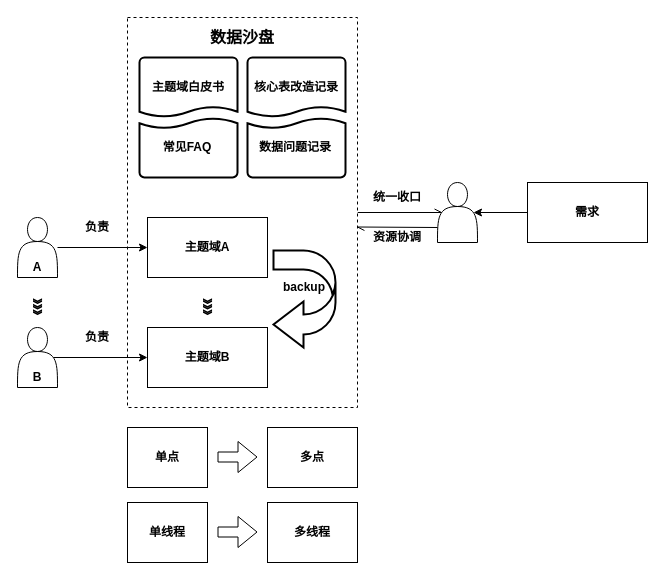
Above: mt分工.drawio in mineminemine123/work-wiki (draw.io), before the change. Source tidied: cells renumbered, new cells numbered last; positions are measured from the earlier drawing's top-left corner, leaving out a move shared by most shapes. Both pictures are drawn from the tidied source at 100%, with x=0, y=0 at pixel (17, 17).
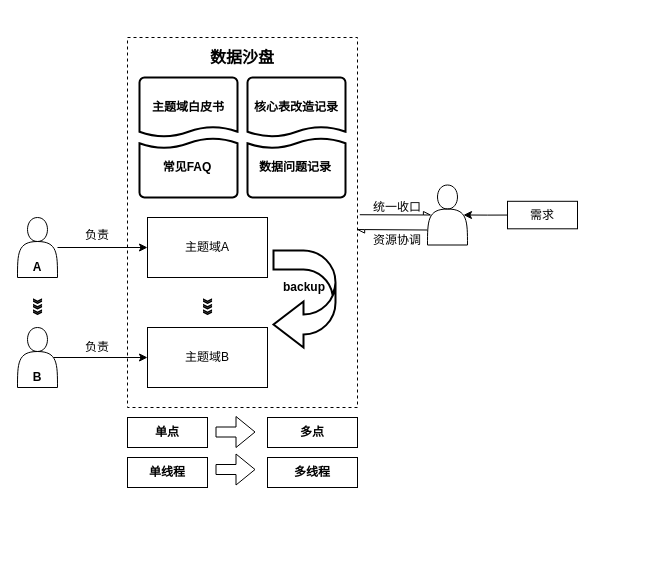
The same page after the edit.

Diff of the diagram source:
```diff
@@
-    <mxCell id="2" style="edgeStyle=orthogonalEdgeStyle;rounded=0;jettySize=auto;html=1;exitX=1;exitY=0.5;exitDx=0;exitDy=0;entryX=0.1;entryY=0.5;entryDx=0;entryDy=0;entryPerimeter=0;endArrow=openAsync;endFill=0;fontStyle=1;" parent="1" edge="1" source="3" target="21">
-      <mxGeometry relative="1" as="geometry" />
-    </mxCell>
-    <mxCell id="3" style="rounded=0;whiteSpace=wrap;html=1;dashed=1;fontStyle=1;" parent="1" vertex="1">
-      <mxGeometry x="110" width="230" height="390" as="geometry" />
+    <mxCell id="3" style="rounded=0;whiteSpace=wrap;html=1;dashed=1;fontStyle=1;fontFamily=微软雅黑;" parent="1" vertex="1">
+      <mxGeometry x="110" y="20" width="230" height="370" as="geometry" />
     </mxCell>
-    <mxCell id="4" value="主题域A" style="rounded=0;whiteSpace=wrap;html=1;fontStyle=1;" parent="1" vertex="1">
+    <mxCell id="4" value="&lt;span style=&quot;font-weight: normal;&quot;&gt;主题域A&lt;/span&gt;" style="rounded=0;whiteSpace=wrap;html=1;fontStyle=1;fontFamily=微软雅黑;" parent="1" vertex="1">
       <mxGeometry x="130" y="200" width="120" height="60" as="geometry" />
     </mxCell>
-    <mxCell id="5" style="edgeStyle=orthogonalEdgeStyle;rounded=0;jettySize=auto;html=1;exitX=0;exitY=0.5;exitDx=0;exitDy=0;entryX=0.9;entryY=0.5;entryDx=0;entryDy=0;entryPerimeter=0;fontSize=16;fontStyle=1;" parent="1" edge="1" source="6" target="21">
+    <mxCell id="5" style="edgeStyle=orthogonalEdgeStyle;rounded=0;jettySize=auto;html=1;exitX=0;exitY=0.5;exitDx=0;exitDy=0;entryX=0.9;entryY=0.5;entryDx=0;entryDy=0;entryPerimeter=0;" parent="1" edge="1" source="6" target="21">
       <mxGeometry relative="1" as="geometry" />
     </mxCell>
-    <mxCell id="6" value="需求" style="rounded=0;whiteSpace=wrap;html=1;fontStyle=1;" parent="1" vertex="1">
-      <mxGeometry x="510" y="165" width="120" height="60" as="geometry" />
+    <mxCell id="6" value="&lt;span style=&quot;font-weight: normal;&quot;&gt;需求&lt;/span&gt;" style="rounded=0;whiteSpace=wrap;html=1;fontStyle=1;fontFamily=微软雅黑;" parent="1" vertex="1">
+      <mxGeometry x="490" y="183.8" width="70" height="27.5" as="geometry" />
     </mxCell>
-    <mxCell id="7" style="edgeStyle=orthogonalEdgeStyle;rounded=0;jettySize=auto;html=1;fontStyle=1;" parent="1" edge="1" source="8" target="4">
+    <mxCell id="7" style="edgeStyle=orthogonalEdgeStyle;rounded=0;jettySize=auto;html=1;fontStyle=1;fontFamily=微软雅黑;" parent="1" edge="1" source="8" target="4">
       <mxGeometry relative="1" as="geometry" />
     </mxCell>
-    <mxCell id="8" style="shape=actor;whiteSpace=wrap;html=1;fontStyle=1;" parent="1" vertex="1">
+    <mxCell id="8" style="shape=actor;whiteSpace=wrap;html=1;fontStyle=1;fontFamily=微软雅黑;" parent="1" vertex="1">
       <mxGeometry y="200" width="40" height="60" as="geometry" />
     </mxCell>
-    <mxCell id="9" style="edgeStyle=orthogonalEdgeStyle;rounded=0;jettySize=auto;html=1;exitX=0.9;exitY=0.5;exitDx=0;exitDy=0;exitPerimeter=0;fontStyle=1;" parent="1" edge="1" source="10" target="11">
+    <mxCell id="9" style="edgeStyle=orthogonalEdgeStyle;rounded=0;jettySize=auto;html=1;exitX=0.9;exitY=0.5;exitDx=0;exitDy=0;exitPerimeter=0;fontStyle=1;fontFamily=微软雅黑;" parent="1" edge="1" source="10" target="11">
       <mxGeometry relative="1" as="geometry" />
     </mxCell>
-    <mxCell id="10" style="shape=actor;whiteSpace=wrap;html=1;fontStyle=1;" parent="1" vertex="1">
+    <mxCell id="10" style="shape=actor;whiteSpace=wrap;html=1;fontStyle=1;fontFamily=微软雅黑;" parent="1" vertex="1">
       <mxGeometry y="310" width="40" height="60" as="geometry" />
     </mxCell>
-    <mxCell id="11" value="主题域B" style="rounded=0;whiteSpace=wrap;html=1;fontStyle=1;" parent="1" vertex="1">
+    <mxCell id="11" value="&lt;span style=&quot;font-weight: normal;&quot;&gt;主题域B&lt;/span&gt;" style="rounded=0;whiteSpace=wrap;html=1;fontStyle=1;fontFamily=微软雅黑;" parent="1" vertex="1">
       <mxGeometry x="130" y="310" width="120" height="60" as="geometry" />
     </mxCell>
-    <mxCell id="12" value="A" style="text;html=1;strokeColor=none;fillColor=none;align=center;verticalAlign=middle;whiteSpace=wrap;rounded=0;fontStyle=1;" parent="1" vertex="1">
+    <mxCell id="12" value="A" style="text;html=1;strokeColor=none;fillColor=none;align=center;verticalAlign=middle;whiteSpace=wrap;rounded=0;fontStyle=1;fontFamily=微软雅黑;" parent="1" vertex="1">
       <mxGeometry y="240" width="40" height="20" as="geometry" />
     </mxCell>
-    <mxCell id="13" value="B" style="text;html=1;strokeColor=none;fillColor=none;align=center;verticalAlign=middle;whiteSpace=wrap;rounded=0;fontStyle=1;" parent="1" vertex="1">
+    <mxCell id="13" value="B" style="text;html=1;strokeColor=none;fillColor=none;align=center;verticalAlign=middle;whiteSpace=wrap;rounded=0;fontStyle=1;fontFamily=微软雅黑;" parent="1" vertex="1">
       <mxGeometry y="350" width="40" height="20" as="geometry" />
     </mxCell>
-    <mxCell id="14" value="负责" style="text;html=1;strokeColor=none;fillColor=none;align=center;verticalAlign=middle;whiteSpace=wrap;rounded=0;fontStyle=1;" parent="1" vertex="1">
-      <mxGeometry x="60" y="200" width="40" height="20" as="geometry" />
+    <mxCell id="14" value="&lt;span style=&quot;font-weight: normal;&quot;&gt;负责&lt;/span&gt;" style="text;html=1;strokeColor=none;fillColor=none;align=center;verticalAlign=middle;whiteSpace=wrap;rounded=0;fontStyle=1;fontFamily=微软雅黑;" parent="1" vertex="1">
+      <mxGeometry x="60" y="207.5" width="40" height="20" as="geometry" />
     </mxCell>
-    <mxCell id="15" value="负责" style="text;html=1;strokeColor=none;fillColor=none;align=center;verticalAlign=middle;whiteSpace=wrap;rounded=0;fontStyle=1;" parent="1" vertex="1">
-      <mxGeometry x="60" y="310" width="40" height="20" as="geometry" />
+    <mxCell id="15" value="&lt;span style=&quot;font-weight: normal;&quot;&gt;负责&lt;/span&gt;" style="text;html=1;strokeColor=none;fillColor=none;align=center;verticalAlign=middle;whiteSpace=wrap;rounded=0;fontStyle=1;fontFamily=微软雅黑;" parent="1" vertex="1">
+      <mxGeometry x="60" y="320" width="40" height="20" as="geometry" />
     </mxCell>
-    <mxCell id="16" value="》》》" style="text;html=1;strokeColor=none;fillColor=none;align=center;verticalAlign=middle;whiteSpace=wrap;rounded=0;rotation=90;fontStyle=1;" parent="1" vertex="1">
+    <mxCell id="16" value="》》》" style="text;html=1;strokeColor=none;fillColor=none;align=center;verticalAlign=middle;whiteSpace=wrap;rounded=0;rotation=90;fontStyle=1;fontFamily=微软雅黑;" parent="1" vertex="1">
       <mxGeometry y="280" width="40" height="20" as="geometry" />
     </mxCell>
-    <mxCell id="17" value="》》》" style="text;html=1;strokeColor=none;fillColor=none;align=center;verticalAlign=middle;whiteSpace=wrap;rounded=0;rotation=90;fontStyle=1;" parent="1" vertex="1">
+    <mxCell id="17" value="》》》" style="text;html=1;strokeColor=none;fillColor=none;align=center;verticalAlign=middle;whiteSpace=wrap;rounded=0;rotation=90;fontStyle=1;fontFamily=微软雅黑;" parent="1" vertex="1">
       <mxGeometry x="170" y="280" width="40" height="20" as="geometry" />
     </mxCell>
-    <mxCell id="18" value="统一收口" style="text;html=1;strokeColor=none;fillColor=none;align=center;verticalAlign=middle;whiteSpace=wrap;rounded=0;fontStyle=1;" parent="1" vertex="1">
-      <mxGeometry x="350" y="170" width="60" height="20" as="geometry" />
+    <mxCell id="18" value="&lt;span style=&quot;font-weight: normal;&quot;&gt;统一收口&lt;/span&gt;" style="text;html=1;strokeColor=none;fillColor=none;align=center;verticalAlign=middle;whiteSpace=wrap;rounded=0;fontStyle=1;fontFamily=微软雅黑;" parent="1" vertex="1">
+      <mxGeometry x="350" y="180" width="60" height="20" as="geometry" />
     </mxCell>
-    <mxCell id="19" value="单点" style="rounded=0;whiteSpace=wrap;html=1;fontStyle=1;" parent="1" vertex="1">
-      <mxGeometry x="110" y="410" width="80" height="60" as="geometry" />
+    <mxCell id="19" value="单点" style="rounded=0;whiteSpace=wrap;html=1;fontStyle=1;fontFamily=微软雅黑;" parent="1" vertex="1">
+      <mxGeometry x="110" y="400" width="80" height="30" as="geometry" />
     </mxCell>
-    <mxCell id="20" value="多点" style="rounded=0;whiteSpace=wrap;html=1;fontStyle=1;" parent="1" vertex="1">
-      <mxGeometry x="250" y="410" width="90" height="60" as="geometry" />
+    <mxCell id="20" value="多点" style="rounded=0;whiteSpace=wrap;html=1;fontStyle=1;fontFamily=微软雅黑;" parent="1" vertex="1">
+      <mxGeometry x="250" y="400" width="90" height="30" as="geometry" />
     </mxCell>
-    <mxCell id="21" style="shape=actor;whiteSpace=wrap;html=1;fontStyle=1;" parent="1" vertex="1">
-      <mxGeometry x="420" y="165" width="40" height="60" as="geometry" />
+    <mxCell id="21" style="shape=actor;whiteSpace=wrap;html=1;fontStyle=1;fontFamily=微软雅黑;" parent="1" vertex="1">
+      <mxGeometry x="410" y="167.5" width="40" height="60" as="geometry" />
     </mxCell>
-    <mxCell id="22" style="shape=flexArrow;endArrow=classic;html=1;fontStyle=1;" parent="1" edge="1">
+    <mxCell id="22" style="shape=flexArrow;endArrow=classic;html=1;fontStyle=1;fontFamily=微软雅黑;" parent="1" edge="1">
       <mxGeometry relative="1" as="geometry">
-        <mxPoint x="200" y="439.5" as="sourcePoint" />
-        <mxPoint x="240" y="439.5" as="targetPoint" />
+        <mxPoint x="198" y="414.5" as="sourcePoint" />
+        <mxPoint x="238" y="414.5" as="targetPoint" />
       </mxGeometry>
     </mxCell>
-    <mxCell id="23" value="&lt;span style=&quot;font-size: 16px;&quot;&gt;&lt;font style=&quot;font-size: 16px;&quot;&gt;数据沙盘&lt;/font&gt;&lt;/span&gt;" style="text;html=1;strokeColor=none;fillColor=none;align=center;verticalAlign=middle;whiteSpace=wrap;rounded=0;fontSize=16;fontStyle=1;" parent="1" vertex="1">
-      <mxGeometry x="190" y="10" width="70" height="20" as="geometry" />
+    <mxCell id="23" value="&lt;span style=&quot;font-size: 16px;&quot;&gt;&lt;font style=&quot;font-size: 16px;&quot;&gt;数据沙盘&lt;/font&gt;&lt;/span&gt;" style="text;html=1;strokeColor=none;fillColor=none;align=center;verticalAlign=middle;whiteSpace=wrap;rounded=0;fontSize=16;fontStyle=1;fontFamily=微软雅黑;" parent="1" vertex="1">
+      <mxGeometry x="190" y="30" width="70" height="20" as="geometry" />
     </mxCell>
-    <mxCell id="24" value="单线程" style="rounded=0;whiteSpace=wrap;html=1;fontStyle=1;" parent="1" vertex="1">
-      <mxGeometry x="110" y="485" width="80" height="60" as="geometry" />
+    <mxCell id="24" value="单线程" style="rounded=0;whiteSpace=wrap;html=1;fontStyle=1;fontFamily=微软雅黑;" parent="1" vertex="1">
+      <mxGeometry x="110" y="440" width="80" height="30" as="geometry" />
     </mxCell>
-    <mxCell id="25" value="多线程" style="rounded=0;whiteSpace=wrap;html=1;fontStyle=1;" parent="1" vertex="1">
-      <mxGeometry x="250" y="485" width="90" height="60" as="geometry" />
+    <mxCell id="25" value="多线程" style="rounded=0;whiteSpace=wrap;html=1;fontStyle=1;fontFamily=微软雅黑;" parent="1" vertex="1">
+      <mxGeometry x="250" y="440" width="90" height="30" as="geometry" />
     </mxCell>
-    <mxCell id="26" style="shape=flexArrow;endArrow=classic;html=1;fontStyle=1;" parent="1" edge="1">
+    <mxCell id="26" style="shape=flexArrow;endArrow=classic;html=1;fontStyle=1;fontFamily=微软雅黑;" parent="1" edge="1">
       <mxGeometry relative="1" as="geometry">
-        <mxPoint x="200" y="514.5" as="sourcePoint" />
-        <mxPoint x="240" y="514.5" as="targetPoint" />
+        <mxPoint x="198" y="452" as="sourcePoint" />
+        <mxPoint x="238" y="452" as="targetPoint" />
       </mxGeometry>
     </mxCell>
-    <mxCell id="27" value="核心表改造记录" style="shape=mxgraph.flowchart.document;whiteSpace=wrap;html=1;fillColor=#ffffff;strokeColor=#000000;strokeWidth=2;fontStyle=1;" parent="1" vertex="1">
-      <mxGeometry x="230" y="40" width="98" height="60" as="geometry" />
+    <mxCell id="27" value="核心表改造记录" style="shape=mxgraph.flowchart.document;whiteSpace=wrap;html=1;fillColor=#ffffff;strokeColor=#000000;strokeWidth=2;fontStyle=1;fontFamily=微软雅黑;" parent="1" vertex="1">
+      <mxGeometry x="230" y="60" width="98" height="60" as="geometry" />
     </mxCell>
-    <mxCell id="28" value="主题域白皮书" style="shape=mxgraph.flowchart.document;whiteSpace=wrap;html=1;fillColor=#ffffff;strokeColor=#000000;strokeWidth=2;fontStyle=1;" parent="1" vertex="1">
-      <mxGeometry x="122" y="40" width="98" height="60" as="geometry" />
-    </mxCell>
-    <mxCell id="29" style="shape=mxgraph.flowchart.document;whiteSpace=wrap;html=1;fillColor=#ffffff;strokeColor=#000000;strokeWidth=2;rotation=-180;fontStyle=1;" parent="1" vertex="1">
-      <mxGeometry x="122" y="100" width="98" height="60" as="geometry" />
+    <mxCell id="29" style="shape=mxgraph.flowchart.document;whiteSpace=wrap;html=1;fillColor=#ffffff;strokeColor=#000000;strokeWidth=2;rotation=-180;fontStyle=1;fontFamily=微软雅黑;" parent="1" vertex="1">
+      <mxGeometry x="122" y="120" width="98" height="60" as="geometry" />
     </mxCell>
-    <mxCell id="30" value="常见FAQ" style="text;html=1;strokeColor=none;fillColor=none;align=center;verticalAlign=middle;whiteSpace=wrap;rounded=0;fontStyle=1;" parent="1" vertex="1">
-      <mxGeometry x="130" y="120" width="80" height="20" as="geometry" />
-    </mxCell>
-    <mxCell id="31" style="shape=mxgraph.flowchart.document;whiteSpace=wrap;html=1;fillColor=#ffffff;strokeColor=#000000;strokeWidth=2;rotation=-180;fontStyle=1;" parent="1" vertex="1">
-      <mxGeometry x="230" y="100" width="98" height="60" as="geometry" />
+    <mxCell id="31" style="shape=mxgraph.flowchart.document;whiteSpace=wrap;html=1;fillColor=#ffffff;strokeColor=#000000;strokeWidth=2;rotation=-180;fontStyle=1;fontFamily=微软雅黑;" parent="1" vertex="1">
+      <mxGeometry x="230" y="120" width="98" height="60" as="geometry" />
     </mxCell>
-    <mxCell id="32" value="数据问题记录" style="text;html=1;strokeColor=none;fillColor=none;align=center;verticalAlign=middle;whiteSpace=wrap;rounded=0;fontStyle=1;" parent="1" vertex="1">
-      <mxGeometry x="238" y="120" width="80" height="20" as="geometry" />
+    <mxCell id="32" value="数据问题记录" style="text;html=1;strokeColor=none;fillColor=none;align=center;verticalAlign=middle;whiteSpace=wrap;rounded=0;fontStyle=1;fontFamily=微软雅黑;" parent="1" vertex="1">
+      <mxGeometry x="238" y="140" width="80" height="20" as="geometry" />
     </mxCell>
-    <mxCell id="33" style="endArrow=openAsync;html=1;exitX=0;exitY=0.75;exitDx=0;exitDy=0;endFill=0;fontStyle=1;" parent="1" edge="1" source="21">
-      <mxGeometry relative="1" as="geometry">
-        <mxPoint x="340" y="209.5" as="targetPoint" />
-      </mxGeometry>
-    </mxCell>
-    <mxCell id="34" value="资源协调" style="text;html=1;strokeColor=none;fillColor=none;align=center;verticalAlign=middle;whiteSpace=wrap;rounded=0;fontStyle=1;" parent="1" vertex="1">
-      <mxGeometry x="350" y="210" width="60" height="20" as="geometry" />
+    <mxCell id="34" value="&lt;span style=&quot;font-weight: normal;&quot;&gt;资源协调&lt;/span&gt;" style="text;html=1;strokeColor=none;fillColor=none;align=center;verticalAlign=middle;whiteSpace=wrap;rounded=0;fontStyle=1;fontFamily=微软雅黑;" parent="1" vertex="1">
+      <mxGeometry x="350" y="213" width="60" height="20" as="geometry" />
     </mxCell>
-    <mxCell id="35" style="shape=mxgraph.arrows.u_turn_left_arrow;whiteSpace=wrap;html=1;fillColor=#ffffff;strokeColor=#000000;strokeWidth=2;" parent="1" vertex="1">
+    <mxCell id="35" style="shape=mxgraph.arrows.u_turn_left_arrow;whiteSpace=wrap;html=1;fillColor=#ffffff;strokeColor=#000000;strokeWidth=2;fontFamily=微软雅黑;fontStyle=0;" parent="1" vertex="1">
       <mxGeometry x="256" y="233" width="62" height="97" as="geometry" />
     </mxCell>
-    <mxCell id="36" value="backup" style="text;html=1;strokeColor=none;fillColor=none;align=center;verticalAlign=middle;whiteSpace=wrap;rounded=0;fontStyle=1;" parent="1" vertex="1">
+    <mxCell id="36" value="backup" style="text;html=1;strokeColor=none;fillColor=none;align=center;verticalAlign=middle;whiteSpace=wrap;rounded=0;fontStyle=1;fontFamily=微软雅黑;" parent="1" vertex="1">
       <mxGeometry x="267" y="260" width="40" height="20" as="geometry" />
     </mxCell>
+    <mxCell id="28" value="主题域白皮书" style="shape=mxgraph.flowchart.document;whiteSpace=wrap;html=1;fillColor=#ffffff;strokeColor=#000000;strokeWidth=2;fontStyle=1;fontFamily=微软雅黑;" parent="1" vertex="1">
+      <mxGeometry x="122" y="60" width="98" height="60" as="geometry" />
+    </mxCell>
+    <mxCell id="30" value="常见FAQ" style="text;html=1;strokeColor=none;fillColor=none;align=center;verticalAlign=middle;whiteSpace=wrap;rounded=0;fontStyle=1;fontFamily=微软雅黑;" parent="1" vertex="1">
+      <mxGeometry x="130" y="140" width="80" height="20" as="geometry" />
+    </mxCell>
+    <mxCell id="2" style="endArrow=async;html=1;rounded=0;endFill=0;exitX=1.01;exitY=0.479;exitDx=0;exitDy=0;exitPerimeter=0;entryX=0.1;entryY=0.5;entryDx=0;entryDy=0;entryPerimeter=0;" parent="1" edge="1" source="3" target="21">
+      <mxGeometry relative="1" as="geometry" />
+    </mxCell>
+    <mxCell id="37" style="endArrow=async;html=1;rounded=0;endFill=0;exitX=0;exitY=0.75;exitDx=0;exitDy=0;entryX=0.996;entryY=0.519;entryDx=0;entryDy=0;entryPerimeter=0;" parent="1" edge="1" source="21" target="3">
+      <mxGeometry relative="1" as="geometry" />
+    </mxCell>
```
